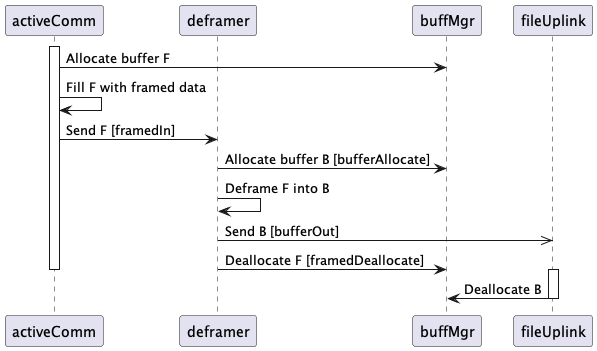
This is Svc/Deframer/docs/img/active-file-packet.png from nasa/fprime, a PlantUML export, as it was before one commit.
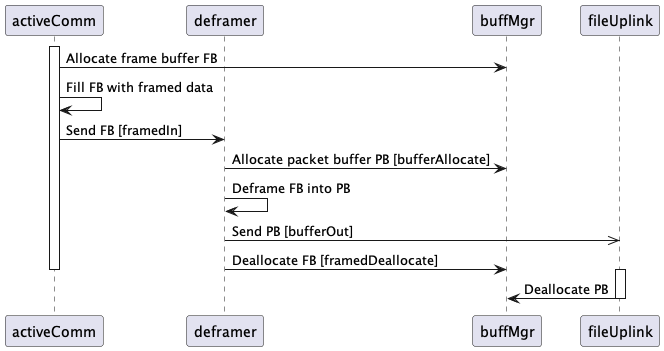
The same file after the commit.

Commit message:
Revise Deframer SDD

Diff of the diagram source:
```diff
@@ -7,19 +7,19 @@
 
 activate activeComm
 
-activeComm -> buffMgr: Allocate buffer F
-activeComm -> activeComm: Fill F with framed data
-activeComm -> deframer: Send F [framedIn]
+activeComm -> buffMgr: Allocate frame buffer FB
+activeComm -> activeComm: Fill FB with framed data
+activeComm -> deframer: Send FB [framedIn]
 
-deframer -> buffMgr: Allocate buffer B [bufferAllocate]
-deframer -> deframer: Deframe F into B
-deframer ->> fileUplink: Send B [bufferOut]
-deframer -> buffMgr: Deallocate F [framedDeallocate]
+deframer -> buffMgr: Allocate packet buffer PB [bufferAllocate]
+deframer -> deframer: Deframe FB into PB
+deframer ->> fileUplink: Send PB [bufferOut]
+deframer -> buffMgr: Deallocate FB [framedDeallocate]
 
 deactivate activeComm
 
 activate fileUplink
-fileUplink -> buffMgr: Deallocate B
+fileUplink -> buffMgr: Deallocate PB
 deactivate fileUplink
 
 @enduml
```
